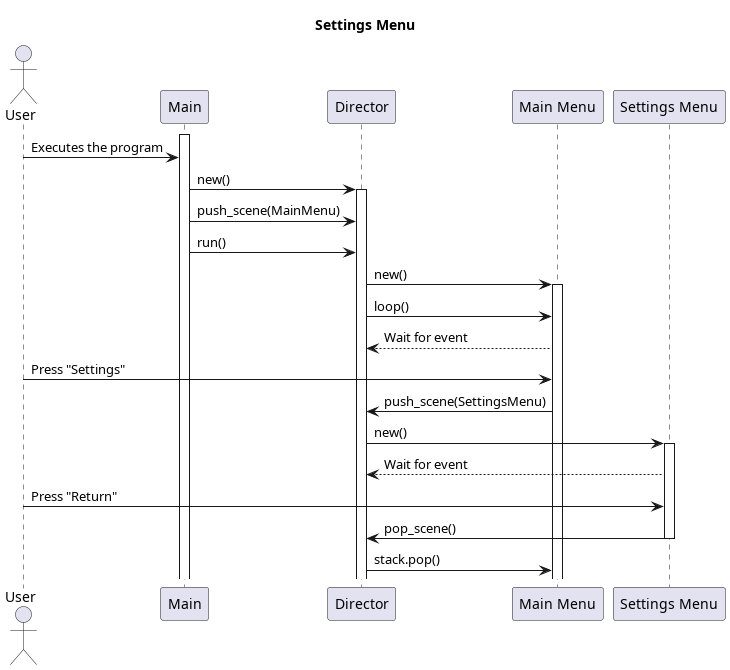
Above: docs/diagrams/png/settings_menu_sequence_diagram.png in Tejon-Company/Tejon-Jumper (PlantUML), before the change. Its diagram source:
```plantuml
@startuml Settings Menu Sequence Diagram

title Settings Menu

actor User
participant Main
participant Director
participant MainMenu as "Main Menu"
participant SettingsMenu as "Settings Menu"

activate Main
User -> Main: Executes the program
Main -> Director: new()
activate Director
Main -> Director: push_scene(MainMenu)
Main -> Director: run()
Director -> MainMenu: new()
activate MainMenu
Director -> MainMenu: loop()
MainMenu --> Director: Wait for event
User -> MainMenu: Press "Settings"
MainMenu -> Director: push_scene(SettingsMenu)
Director -> SettingsMenu: new()
activate SettingsMenu
SettingsMenu --> Director: Wait for event
User -> SettingsMenu: Press "Return"
SettingsMenu -> Director: pop_scene()
deactivate SettingsMenu
Director -> MainMenu: stack.pop()


@enduml
```
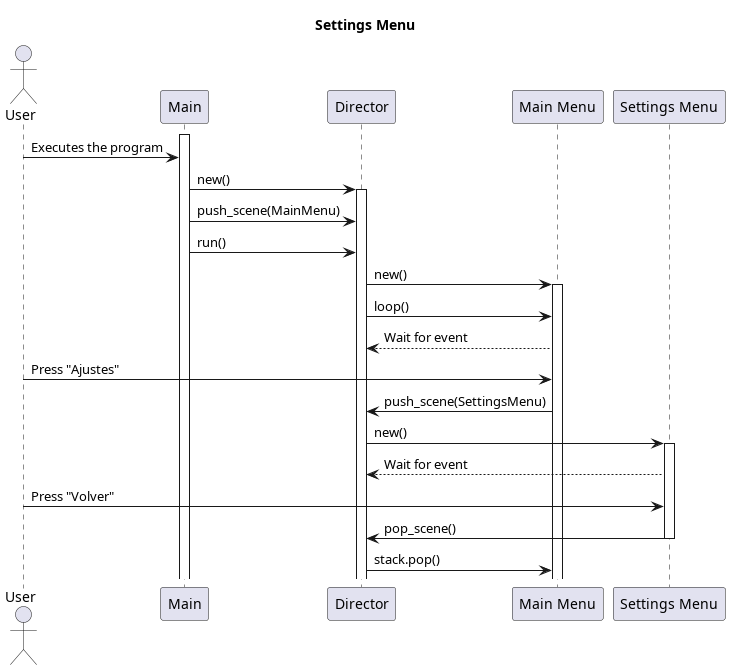
After the change.

Commit message:
Add state diagram

The edit, as a diff of the source:
```diff
@@ -18,12 +18,12 @@
 activate MainMenu
 Director -> MainMenu: loop()
 MainMenu --> Director: Wait for event
-User -> MainMenu: Press "Settings"
+User -> MainMenu: Press "Ajustes"
 MainMenu -> Director: push_scene(SettingsMenu)
 Director -> SettingsMenu: new()
 activate SettingsMenu
 SettingsMenu --> Director: Wait for event
-User -> SettingsMenu: Press "Return"
+User -> SettingsMenu: Press "Volver"
 SettingsMenu -> Director: pop_scene()
 deactivate SettingsMenu
 Director -> MainMenu: stack.pop()
```
